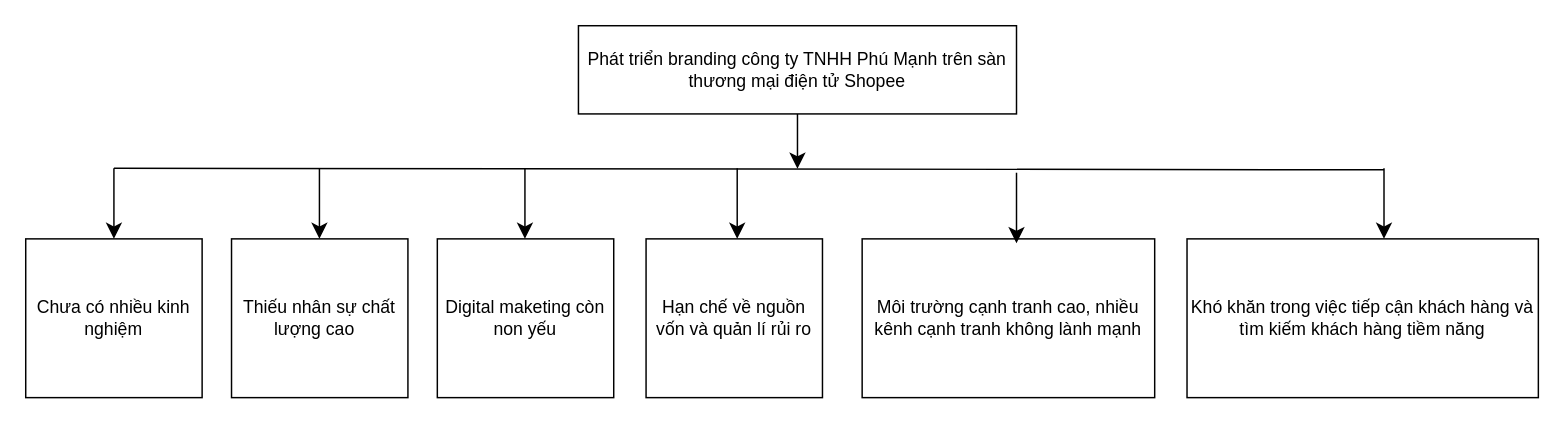
This is page "Trang-2" (2 of 2) of mophongquanlikd/Biểu đồ không có tiêu đề.drawio from trucka312/diagram, a draw.io file, before an edit. Source tidied: cells renumbered, new cells numbered last; positions are measured from the earlier drawing's top-left corner, leaving out a move shared by most shapes. Both pictures are drawn from the tidied source at 147%, with x=0, y=0 at pixel (25, 25).
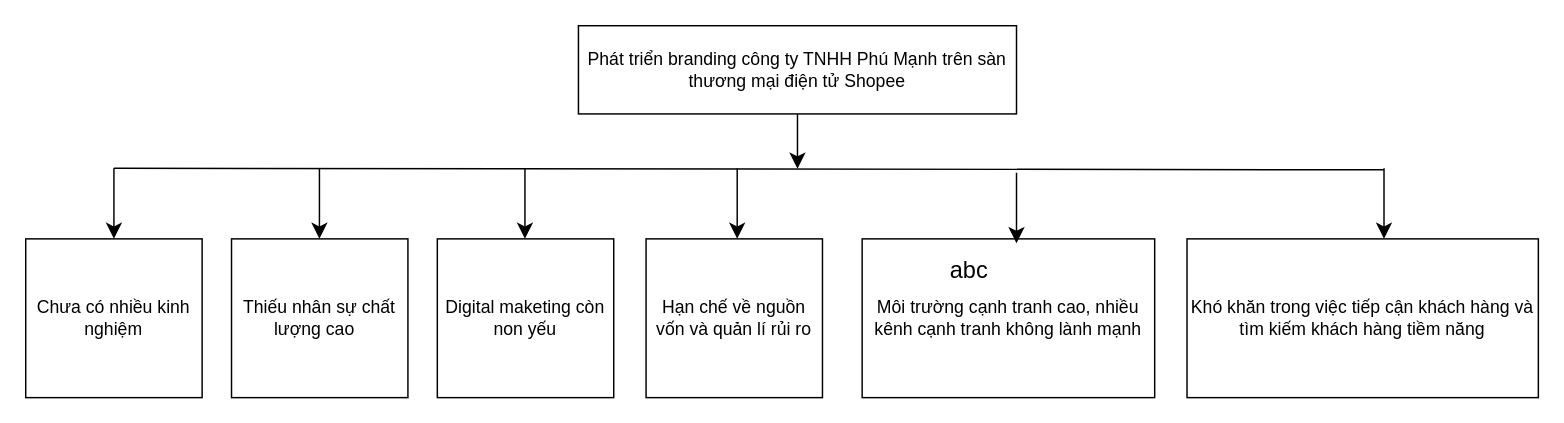
The same page after the edit.

Diff of the diagram source:
```diff
@@
+    <mxCell id="17" value="abc" style="text;html=1;align=center;verticalAlign=middle;whiteSpace=wrap;rounded=0;fontSize=16;" parent="1" vertex="1">
+      <mxGeometry x="612" y="151" width="60" height="30" as="geometry" />
+    </mxCell>
```
